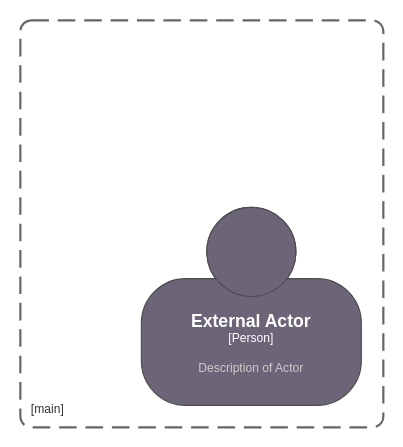
sam-mit/c4 keeps this draw.io diagram as c4 main test.drawio. Above is the earlier version. Source tidied: cells renumbered, new cells numbered last; positions are measured from the earlier drawing's top-left corner, leaving out a move shared by most shapes. Both pictures are drawn from the tidied source at 110%, with x=0, y=0 at pixel (20, 20).
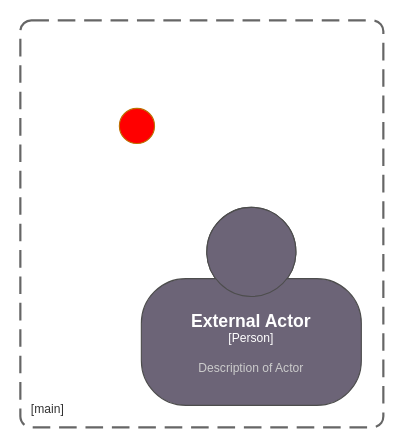
Above is the later version.

Diff of the diagram source:
```diff
@@
 <mxGraphModel>
   <root>
     <mxCell id="0" />
     <mxCell id="1" parent="0" />
     <object id="2" label="&lt;font style=&quot;font-size: 16px&quot;&gt;&lt;b&gt;&lt;div style=&quot;text-align: left&quot;&gt;%c4Name%&lt;/div&gt;&lt;/b&gt;&lt;/font&gt;&lt;div style=&quot;text-align: left&quot;&gt;[%c4Application%]&lt;/div&gt;" c4Application="main" c4Name="" placeholders="1">
       <mxCell style="rounded=1;fontSize=11;whiteSpace=wrap;html=1;dashed=1;arcSize=20;fillColor=none;strokeColor=#666666;fontColor=#333333;labelBackgroundColor=none;align=left;verticalAlign=bottom;labelBorderColor=none;spacingTop=0;spacing=10;dashPattern=8 4;perimeter=rectanglePerimeter;noLabel=0;labelPadding=0;absoluteArcSize=1;strokeWidth=2;" parent="1" vertex="1">
         <mxGeometry width="330" height="370" as="geometry" />
       </mxCell>
     </object>
     <object id="3" label="&lt;font style=&quot;font-size: 16px&quot;&gt;&lt;b&gt;%c4Name%&lt;/b&gt;&lt;/font&gt;&lt;div&gt;[%c4Type%]&lt;/div&gt;&lt;br&gt;&lt;div&gt;&lt;font style=&quot;font-size: 11px&quot;&gt;&lt;font color=&quot;#cccccc&quot;&gt;%c4Description%&lt;/font&gt;&lt;/div&gt;" c4Description="Description of Actor" c4Name="External Actor" c4Type="Person" placeholders="1">
       <mxCell style="html=1;fontSize=11;dashed=0;whiteSpace=wrap;fillColor=#6C6477;strokeColor=#4D4D4D;fontColor=#ffffff;shape=mxgraph.c4.person2;align=center;" parent="1" vertex="1">
         <mxGeometry x="110" y="170" width="200" height="180" as="geometry" />
       </mxCell>
     </object>
+    <mxCell id="4" style="ellipse;whiteSpace=wrap;html=1;fillColor=#FF0000;fontColor=#000000;strokeColor=#BD7000;" parent="1" vertex="1">
+      <mxGeometry x="90" y="80" width="32" height="32" as="geometry" />
+    </mxCell>
   </root>
 </mxGraphModel>
```
